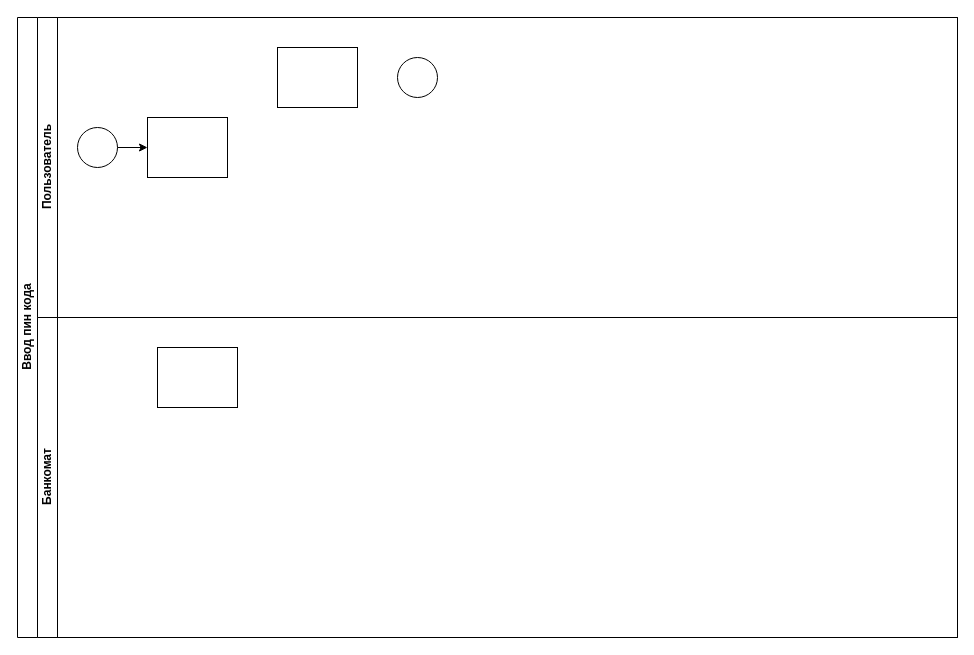
The draw.io diagram Ввод пин кода карты.drawio in pytonuserouner/UML_study, before the edit. Source tidied: cells renumbered, new cells numbered last; positions are measured from the earlier drawing's top-left corner, leaving out a move shared by most shapes. Both pictures are drawn from the tidied source at 100%, with x=0, y=0 at pixel (17, 17).
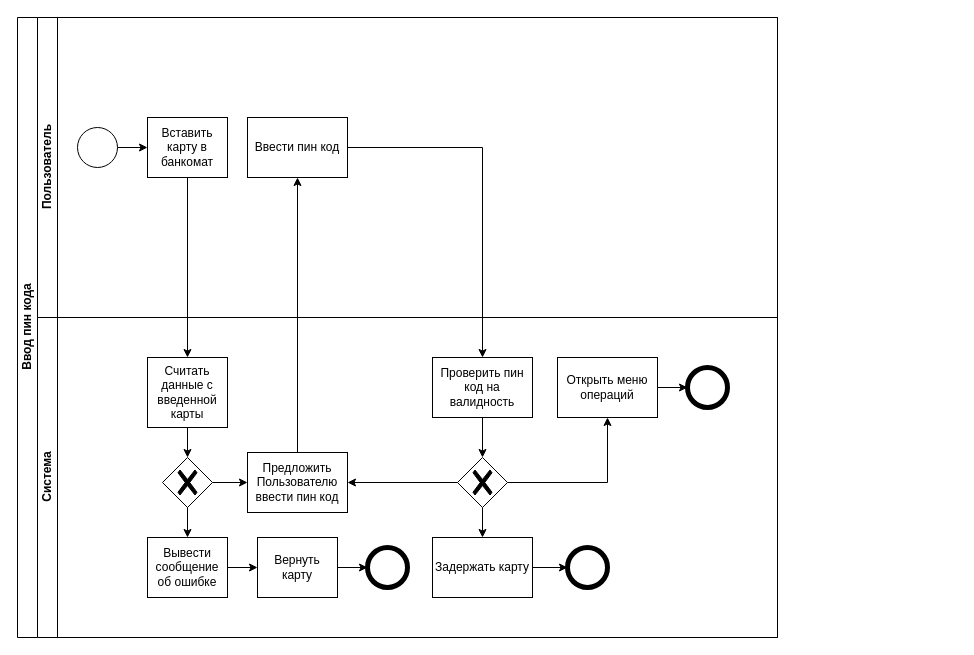
After the change.

The edit, as a diff of the source:
```diff
@@
     <mxCell id="2" value="Ввод пин кода" style="swimlane;html=1;horizontal=0;startSize=20;" parent="1" vertex="1">
-      <mxGeometry width="940" height="620" as="geometry" />
+      <mxGeometry width="760" height="620" as="geometry" />
     </mxCell>
     <mxCell id="3" value="Пользователь" style="swimlane;html=1;startSize=20;horizontal=0;" parent="2" vertex="1">
-      <mxGeometry x="20" width="920" height="300" as="geometry" />
+      <mxGeometry x="20" width="740" height="300" as="geometry" />
     </mxCell>
@@
-    <mxCell id="5" style="rounded=0;whiteSpace=wrap;html=1;fontFamily=Helvetica;fontSize=12;fontColor=#000000;align=center;" parent="3" vertex="1">
+    <mxCell id="5" value="Вставить карту в банкомат" style="rounded=0;whiteSpace=wrap;html=1;fontFamily=Helvetica;fontSize=12;fontColor=#000000;align=center;" parent="3" vertex="1">
       <mxGeometry x="110" y="100" width="80" height="60" as="geometry" />
     </mxCell>
-    <mxCell id="6" style="rounded=0;whiteSpace=wrap;html=1;fontFamily=Helvetica;fontSize=12;fontColor=#000000;align=center;" parent="3" vertex="1">
-      <mxGeometry x="240" y="30" width="80" height="60" as="geometry" />
+    <mxCell id="6" value="Ввести пин код" style="rounded=0;whiteSpace=wrap;html=1;fontFamily=Helvetica;fontSize=12;fontColor=#000000;align=center;" parent="3" vertex="1">
+      <mxGeometry x="210" y="100" width="100" height="60" as="geometry" />
     </mxCell>
-    <mxCell id="7" style="ellipse;whiteSpace=wrap;html=1;" parent="3" vertex="1">
-      <mxGeometry x="360" y="40" width="40" height="40" as="geometry" />
-    </mxCell>
@@
+    <mxCell id="11" style="endArrow=classic;html=1;rounded=0;exitX=0.5;exitY=1;exitDx=0;exitDy=0;entryX=0.5;entryY=0;entryDx=0;entryDy=0;" parent="2" edge="1" source="5" target="10">
+      <mxGeometry relative="1" as="geometry" />
+    </mxCell>
+    <mxCell id="12" style="endArrow=classic;html=1;rounded=0;exitX=0.5;exitY=0;exitDx=0;exitDy=0;entryX=0.5;entryY=1;entryDx=0;entryDy=0;" parent="2" edge="1" source="21" target="6">
+      <mxGeometry relative="1" as="geometry" />
+    </mxCell>
+    <mxCell id="13" style="endArrow=classic;html=1;rounded=0;exitX=1;exitY=0.5;exitDx=0;exitDy=0;entryX=0.5;entryY=0;entryDx=0;entryDy=0;edgeStyle=orthogonalEdgeStyle;" parent="2" edge="1" source="6" target="23">
+      <mxGeometry relative="1" as="geometry" />
+    </mxCell>
-    <mxCell id="9" value="Банкомат" style="swimlane;html=1;startSize=20;horizontal=0;" parent="2" vertex="1">
-      <mxGeometry x="20" y="300" width="920" height="320" as="geometry" />
+    <mxCell id="9" value="Система" style="swimlane;html=1;startSize=20;horizontal=0;" parent="2" vertex="1">
+      <mxGeometry x="20" y="300" width="740" height="320" as="geometry" />
     </mxCell>
-    <mxCell id="10" style="rounded=0;whiteSpace=wrap;html=1;fontFamily=Helvetica;fontSize=12;fontColor=#000000;align=center;" parent="9" vertex="1">
-      <mxGeometry x="120" y="30" width="80" height="60" as="geometry" />
+    <mxCell id="10" value="Считать данные с введенной карты" style="rounded=0;whiteSpace=wrap;html=1;fontFamily=Helvetica;fontSize=12;fontColor=#000000;align=center;" parent="9" vertex="1">
+      <mxGeometry x="110" y="40" width="80" height="70" as="geometry" />
     </mxCell>
+    <mxCell id="14" style="points=[[0.25,0.25,0],[0.5,0,0],[0.75,0.25,0],[1,0.5,0],[0.75,0.75,0],[0.5,1,0],[0.25,0.75,0],[0,0.5,0]];shape=mxgraph.bpmn.gateway2;html=1;verticalLabelPosition=bottom;labelBackgroundColor=#ffffff;verticalAlign=top;align=center;perimeter=rhombusPerimeter;outlineConnect=0;outline=none;symbol=none;gwType=exclusive;" parent="9" vertex="1">
+      <mxGeometry x="125" y="140" width="50" height="50" as="geometry" />
+    </mxCell>
+    <mxCell id="15" style="endArrow=classic;html=1;rounded=0;exitX=0.5;exitY=1;exitDx=0;exitDy=0;entryX=0.5;entryY=0;entryDx=0;entryDy=0;entryPerimeter=0;" parent="9" edge="1" source="10" target="14">
+      <mxGeometry relative="1" as="geometry" />
+    </mxCell>
+    <mxCell id="16" value="Вывести сообщение об ошибке" style="rounded=0;whiteSpace=wrap;html=1;fontFamily=Helvetica;fontSize=12;fontColor=#000000;align=center;" parent="9" vertex="1">
+      <mxGeometry x="110" y="220" width="80" height="60" as="geometry" />
+    </mxCell>
+    <mxCell id="17" style="endArrow=classic;html=1;rounded=0;exitX=0.5;exitY=1;exitDx=0;exitDy=0;exitPerimeter=0;entryX=0.5;entryY=0;entryDx=0;entryDy=0;" parent="9" edge="1" source="14" target="16">
+      <mxGeometry relative="1" as="geometry" />
+    </mxCell>
+    <mxCell id="18" value="Вернуть карту" style="rounded=0;whiteSpace=wrap;html=1;fontFamily=Helvetica;fontSize=12;fontColor=#000000;align=center;" parent="9" vertex="1">
+      <mxGeometry x="220" y="220" width="80" height="60" as="geometry" />
+    </mxCell>
+    <mxCell id="19" style="endArrow=classic;html=1;rounded=0;exitX=1;exitY=0.5;exitDx=0;exitDy=0;entryX=0;entryY=0.5;entryDx=0;entryDy=0;" parent="9" edge="1" source="16" target="18">
+      <mxGeometry relative="1" as="geometry" />
+    </mxCell>
+    <mxCell id="7" style="ellipse;whiteSpace=wrap;html=1;strokeWidth=5;" parent="9" vertex="1">
+      <mxGeometry x="330" y="230" width="40" height="40" as="geometry" />
+    </mxCell>
+    <mxCell id="20" style="endArrow=classic;html=1;rounded=0;exitX=1;exitY=0.5;exitDx=0;exitDy=0;entryX=0;entryY=0.5;entryDx=0;entryDy=0;" parent="9" edge="1" source="18" target="7">
+      <mxGeometry relative="1" as="geometry" />
+    </mxCell>
+    <mxCell id="21" value="Предложить Пользователю ввести пин код" style="rounded=0;whiteSpace=wrap;html=1;fontFamily=Helvetica;fontSize=12;fontColor=#000000;align=center;" parent="9" vertex="1">
+      <mxGeometry x="210" y="135" width="100" height="60" as="geometry" />
+    </mxCell>
+    <mxCell id="22" style="endArrow=classic;html=1;rounded=0;exitX=1;exitY=0.5;exitDx=0;exitDy=0;exitPerimeter=0;entryX=0;entryY=0.5;entryDx=0;entryDy=0;" parent="9" edge="1" source="14" target="21">
+      <mxGeometry relative="1" as="geometry" />
+    </mxCell>
+    <mxCell id="23" value="Проверить пин код на валидность" style="rounded=0;whiteSpace=wrap;html=1;fontFamily=Helvetica;fontSize=12;fontColor=#000000;align=center;" parent="9" vertex="1">
+      <mxGeometry x="395" y="40" width="100" height="60" as="geometry" />
+    </mxCell>
+    <mxCell id="24" value="Открыть меню операций" style="rounded=0;whiteSpace=wrap;html=1;fontFamily=Helvetica;fontSize=12;fontColor=#000000;align=center;" parent="9" vertex="1">
+      <mxGeometry x="520" y="40" width="100" height="60" as="geometry" />
+    </mxCell>
+    <mxCell id="25" style="points=[[0.25,0.25,0],[0.5,0,0],[0.75,0.25,0],[1,0.5,0],[0.75,0.75,0],[0.5,1,0],[0.25,0.75,0],[0,0.5,0]];shape=mxgraph.bpmn.gateway2;html=1;verticalLabelPosition=bottom;labelBackgroundColor=#ffffff;verticalAlign=top;align=center;perimeter=rhombusPerimeter;outlineConnect=0;outline=none;symbol=none;gwType=exclusive;" parent="9" vertex="1">
+      <mxGeometry x="420" y="140" width="50" height="50" as="geometry" />
+    </mxCell>
+    <mxCell id="26" style="endArrow=classic;html=1;rounded=0;exitX=0.5;exitY=1;exitDx=0;exitDy=0;entryX=0.5;entryY=0;entryDx=0;entryDy=0;entryPerimeter=0;" parent="9" edge="1" source="23" target="25">
+      <mxGeometry relative="1" as="geometry" />
+    </mxCell>
+    <mxCell id="27" style="endArrow=classic;html=1;rounded=0;entryX=0.5;entryY=1;entryDx=0;entryDy=0;exitX=1;exitY=0.5;exitDx=0;exitDy=0;exitPerimeter=0;edgeStyle=orthogonalEdgeStyle;" parent="9" edge="1" source="25" target="24">
+      <mxGeometry relative="1" as="geometry" />
+    </mxCell>
+    <mxCell id="28" style="ellipse;whiteSpace=wrap;html=1;strokeWidth=5;" parent="9" vertex="1">
+      <mxGeometry x="650" y="50" width="40" height="40" as="geometry" />
+    </mxCell>
+    <mxCell id="29" style="endArrow=classic;html=1;rounded=0;entryX=0;entryY=0.5;entryDx=0;entryDy=0;exitX=1;exitY=0.5;exitDx=0;exitDy=0;" parent="9" edge="1" source="24" target="28">
+      <mxGeometry relative="1" as="geometry" />
+    </mxCell>
+    <mxCell id="30" value="Задержать карту" style="rounded=0;whiteSpace=wrap;html=1;fontFamily=Helvetica;fontSize=12;fontColor=#000000;align=center;" parent="9" vertex="1">
+      <mxGeometry x="395" y="220" width="100" height="60" as="geometry" />
+    </mxCell>
+    <mxCell id="31" style="endArrow=classic;html=1;rounded=0;exitX=0.5;exitY=1;exitDx=0;exitDy=0;exitPerimeter=0;entryX=0.5;entryY=0;entryDx=0;entryDy=0;" parent="9" edge="1" source="25" target="30">
+      <mxGeometry relative="1" as="geometry" />
+    </mxCell>
+    <mxCell id="32" style="ellipse;whiteSpace=wrap;html=1;strokeWidth=5;" parent="9" vertex="1">
+      <mxGeometry x="530" y="230" width="40" height="40" as="geometry" />
+    </mxCell>
+    <mxCell id="33" style="endArrow=classic;html=1;rounded=0;exitX=1;exitY=0.5;exitDx=0;exitDy=0;entryX=0;entryY=0.5;entryDx=0;entryDy=0;" parent="9" edge="1" source="30" target="32">
+      <mxGeometry relative="1" as="geometry" />
+    </mxCell>
+    <mxCell id="34" style="endArrow=classic;html=1;rounded=0;exitX=0;exitY=0.5;exitDx=0;exitDy=0;exitPerimeter=0;entryX=1;entryY=0.5;entryDx=0;entryDy=0;" parent="9" edge="1" source="25" target="21">
+      <mxGeometry relative="1" as="geometry" />
+    </mxCell>
```
